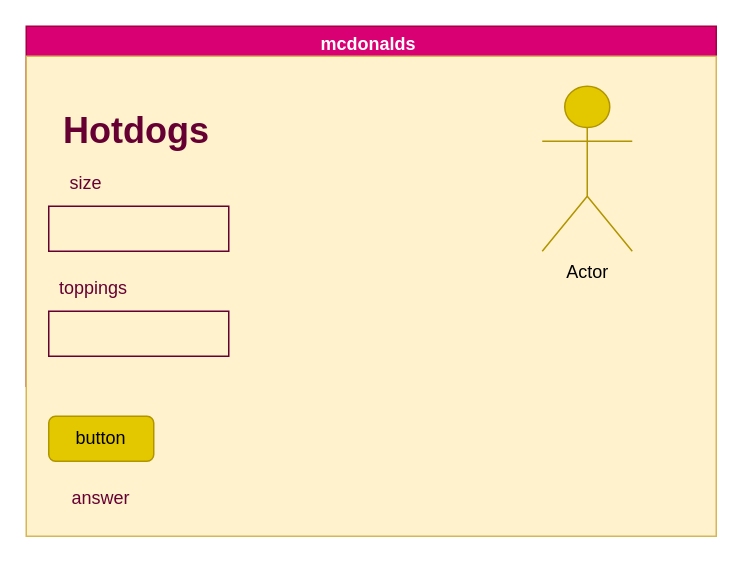
The draw.io diagram design/storyboard.drawio in sophie-nguyen-0/ICS2O-Assignment-4, before the edit. Source tidied: cells renumbered, new cells numbered last; positions are measured from the earlier drawing's top-left corner, leaving out a move shared by most shapes. Both pictures are drawn from the tidied source at 150%, with x=0, y=0 at pixel (26, 26).
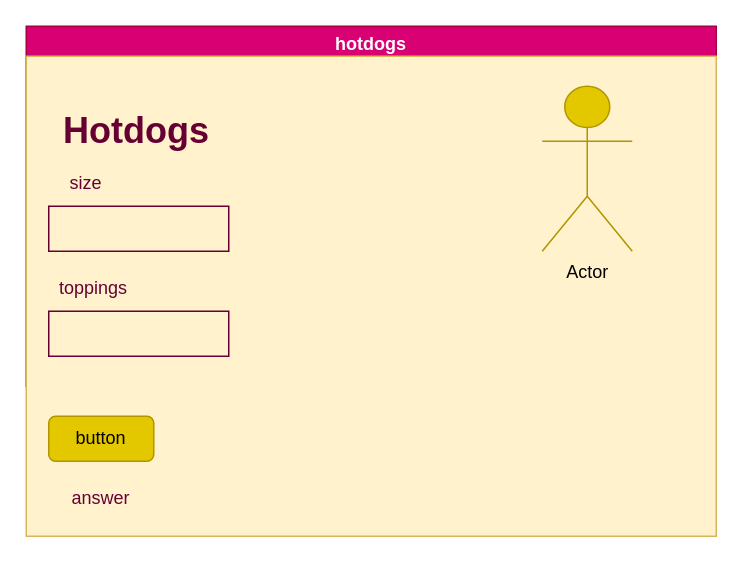
The same page after the edit.

The edit, as a diff of the source:
```diff
@@
 <mxGraphModel>
   <root>
     <mxCell id="0" />
     <mxCell id="1" parent="0" />
-    <mxCell id="2" value="mcdonalds " style="swimlane;fillColor=#d80073;fontColor=#ffffff;strokeColor=#A50040;" parent="1" vertex="1">
+    <mxCell id="2" value="hotdogs" style="swimlane;fillColor=#d80073;fontColor=#ffffff;strokeColor=#A50040;" parent="1" vertex="1">
       <mxGeometry width="460" height="240" as="geometry" />
     </mxCell>
     <mxCell id="3" style="rounded=0;whiteSpace=wrap;html=1;fillColor=#fff2cc;strokeColor=#d6b656;" parent="1" vertex="1">
       <mxGeometry y="20" width="460" height="320" as="geometry" />
     </mxCell>
     <mxCell id="4" value="Actor" style="shape=umlActor;verticalLabelPosition=bottom;verticalAlign=top;html=1;fillColor=#e3c800;fontColor=#000000;strokeColor=#B09500;" parent="1" vertex="1">
       <mxGeometry x="344" y="40" width="60" height="110" as="geometry" />
     </mxCell>
     <mxCell id="5" value="button" style="rounded=1;whiteSpace=wrap;html=1;fontColor=#000000;fillColor=#e3c800;strokeColor=#B09500;" parent="1" vertex="1">
       <mxGeometry x="15" y="260" width="70" height="30" as="geometry" />
     </mxCell>
     <mxCell id="6" value="answer" style="text;html=1;strokeColor=none;fillColor=none;align=center;verticalAlign=middle;whiteSpace=wrap;rounded=0;fontColor=#660033;" parent="1" vertex="1">
       <mxGeometry x="20" y="300" width="60" height="30" as="geometry" />
     </mxCell>
     <mxCell id="7" value="size" style="text;html=1;strokeColor=none;fillColor=none;align=center;verticalAlign=middle;whiteSpace=wrap;rounded=0;fontColor=#660033;" parent="1" vertex="1">
       <mxGeometry x="10" y="90" width="60" height="30" as="geometry" />
     </mxCell>
     <mxCell id="8" value="&lt;h1&gt;Hotdogs&lt;/h1&gt;" style="text;html=1;strokeColor=none;fillColor=none;spacing=5;spacingTop=-20;whiteSpace=wrap;overflow=hidden;rounded=0;fontColor=#660033;" parent="1" vertex="1">
       <mxGeometry x="20" y="50" width="190" height="40" as="geometry" />
     </mxCell>
     <mxCell id="9" style="rounded=0;whiteSpace=wrap;html=1;fontColor=#660033;fillColor=none;strokeColor=#660033;" parent="1" vertex="1">
       <mxGeometry x="15" y="120" width="120" height="30" as="geometry" />
     </mxCell>
     <mxCell id="10" value="toppings" style="text;html=1;strokeColor=none;fillColor=none;align=center;verticalAlign=middle;whiteSpace=wrap;rounded=0;fontColor=#660033;" parent="1" vertex="1">
       <mxGeometry x="15" y="160" width="60" height="30" as="geometry" />
     </mxCell>
     <mxCell id="11" style="rounded=0;whiteSpace=wrap;html=1;fontColor=#660033;strokeColor=#660033;fillColor=none;" parent="1" vertex="1">
       <mxGeometry x="15" y="190" width="120" height="30" as="geometry" />
     </mxCell>
   </root>
 </mxGraphModel>
```
